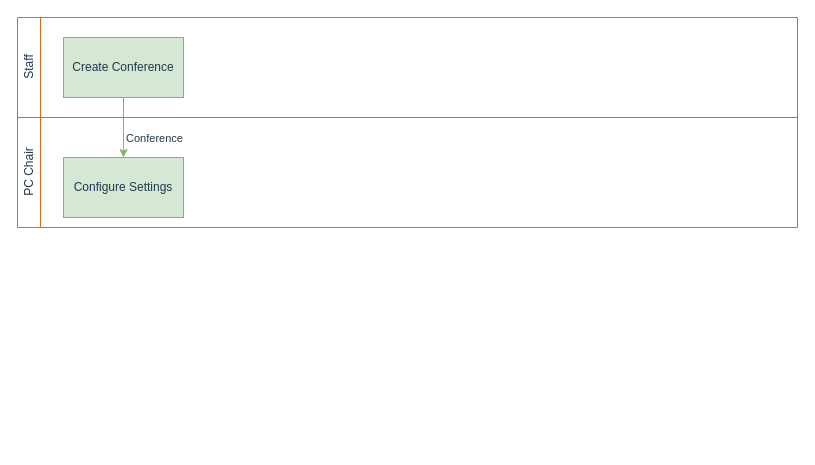
The draw.io diagram conference-management-workflow.drawio in ThuongHoang456189/prepare-23-05-2023-files, before the edit. Source tidied: cells renumbered, new cells numbered last; positions are measured from the earlier drawing's top-left corner, leaving out a move shared by most shapes. Both pictures are drawn from the tidied source at 100%, with x=0, y=0 at pixel (17, 17).
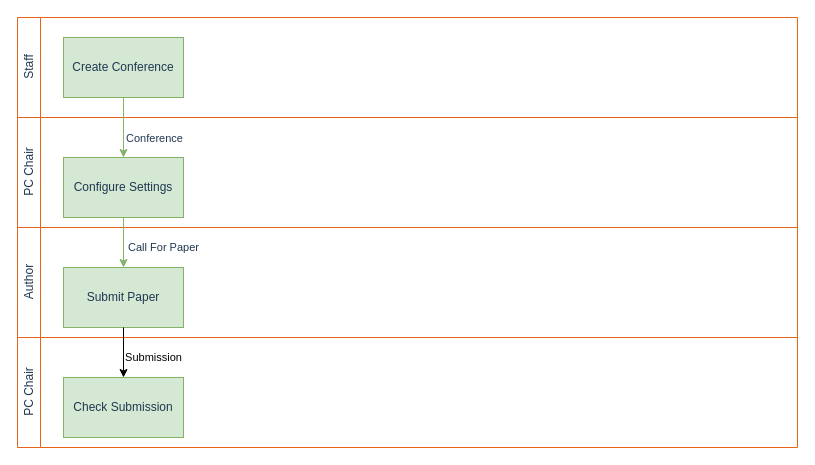
After the change.

Diff of the diagram source:
```diff
@@
 <mxGraphModel>
   <root>
     <mxCell id="0" />
     <mxCell id="1" parent="0" />
     <mxCell id="2" value="&lt;span style=&quot;font-weight: normal;&quot;&gt;&lt;font color=&quot;#203850&quot;&gt;Staff&lt;/font&gt;&lt;/span&gt;" style="swimlane;horizontal=0;whiteSpace=wrap;html=1;strokeColor=#E66418;" parent="1" vertex="1">
       <mxGeometry width="780" height="100" as="geometry" />
     </mxCell>
     <mxCell id="3" value="&lt;font color=&quot;#203850&quot;&gt;Create Conference&lt;/font&gt;" style="rounded=0;whiteSpace=wrap;html=1;fillColor=#d5e8d4;strokeColor=#82b366;" parent="2" vertex="1">
       <mxGeometry x="46" y="20" width="120" height="60" as="geometry" />
     </mxCell>
     <mxCell id="4" value="&lt;font color=&quot;#203850&quot;&gt;&lt;span style=&quot;font-weight: 400;&quot;&gt;PC Chair&lt;br&gt;&lt;/span&gt;&lt;/font&gt;" style="swimlane;horizontal=0;whiteSpace=wrap;html=1;strokeColor=#E66418;" parent="1" vertex="1">
       <mxGeometry y="100" width="780" height="110" as="geometry" />
     </mxCell>
     <mxCell id="5" value="&lt;font color=&quot;#203850&quot;&gt;Configure Settings&lt;/font&gt;" style="rounded=0;whiteSpace=wrap;html=1;fillColor=#d5e8d4;strokeColor=#82b366;" parent="4" vertex="1">
       <mxGeometry x="46" y="40" width="120" height="60" as="geometry" />
     </mxCell>
     <mxCell id="6" style="edgeStyle=orthogonalEdgeStyle;rounded=0;jettySize=auto;html=1;entryX=0.5;entryY=0;entryDx=0;entryDy=0;fillColor=#d5e8d4;strokeColor=#82b366;" parent="1" edge="1" source="3" target="5">
       <mxGeometry relative="1" as="geometry" />
     </mxCell>
     <mxCell id="7" value="&lt;font color=&quot;#203850&quot;&gt;Conference&lt;/font&gt;" style="edgeLabel;html=1;align=center;verticalAlign=middle;" parent="6" vertex="1">
       <mxGeometry x="-0.39" y="-1" relative="1" as="geometry">
         <mxPoint x="31" y="22" as="offset" />
       </mxGeometry>
     </mxCell>
+    <mxCell id="8" value="&lt;font color=&quot;#203850&quot;&gt;&lt;span style=&quot;font-weight: 400;&quot;&gt;Author&lt;br&gt;&lt;/span&gt;&lt;/font&gt;" style="swimlane;horizontal=0;whiteSpace=wrap;html=1;strokeColor=#E66418;" parent="1" vertex="1">
+      <mxGeometry y="210" width="780" height="110" as="geometry" />
+    </mxCell>
+    <mxCell id="9" value="&lt;font color=&quot;#203850&quot;&gt;Submit Paper&lt;/font&gt;" style="rounded=0;whiteSpace=wrap;html=1;fillColor=#d5e8d4;strokeColor=#82b366;" parent="8" vertex="1">
+      <mxGeometry x="46" y="40" width="120" height="60" as="geometry" />
+    </mxCell>
+    <mxCell id="10" value="&lt;font color=&quot;#203850&quot;&gt;Call For Paper&lt;/font&gt;" style="edgeStyle=orthogonalEdgeStyle;rounded=0;jettySize=auto;html=1;exitX=0.5;exitY=1;exitDx=0;exitDy=0;entryX=0.5;entryY=0;entryDx=0;entryDy=0;strokeColor=#82b366;" parent="1" edge="1" source="5" target="9">
+      <mxGeometry x="0.2" y="40" relative="1" as="geometry" />
+    </mxCell>
+    <mxCell id="11" value="&lt;font color=&quot;#203850&quot;&gt;&lt;span style=&quot;font-weight: 400;&quot;&gt;PC Chair&lt;br&gt;&lt;/span&gt;&lt;/font&gt;" style="swimlane;horizontal=0;whiteSpace=wrap;html=1;strokeColor=#E66418;" parent="1" vertex="1">
+      <mxGeometry y="320" width="780" height="110" as="geometry" />
+    </mxCell>
+    <mxCell id="12" value="&lt;font color=&quot;#203850&quot;&gt;Check Submission&lt;/font&gt;" style="rounded=0;whiteSpace=wrap;html=1;fillColor=#d5e8d4;strokeColor=#82b366;" parent="11" vertex="1">
+      <mxGeometry x="46" y="40" width="120" height="60" as="geometry" />
+    </mxCell>
+    <mxCell id="13" value="Submission" style="edgeStyle=orthogonalEdgeStyle;rounded=0;jettySize=auto;html=1;exitX=0.5;exitY=1;exitDx=0;exitDy=0;entryX=0.5;entryY=0;entryDx=0;entryDy=0;" parent="1" edge="1" source="9" target="12">
+      <mxGeometry x="0.2" y="30" relative="1" as="geometry" />
+    </mxCell>
   </root>
 </mxGraphModel>
```
